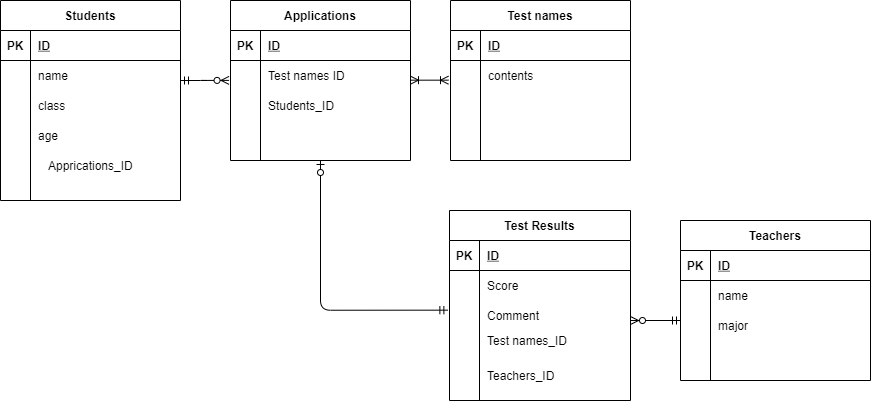
This is .drawio.png from mioirie/20220103omi, a draw.io export, as it was before one commit. Source tidied: cells renumbered, new cells last; positions are measured from the earlier drawing's top-left corner, leaving out a move shared by most shapes.
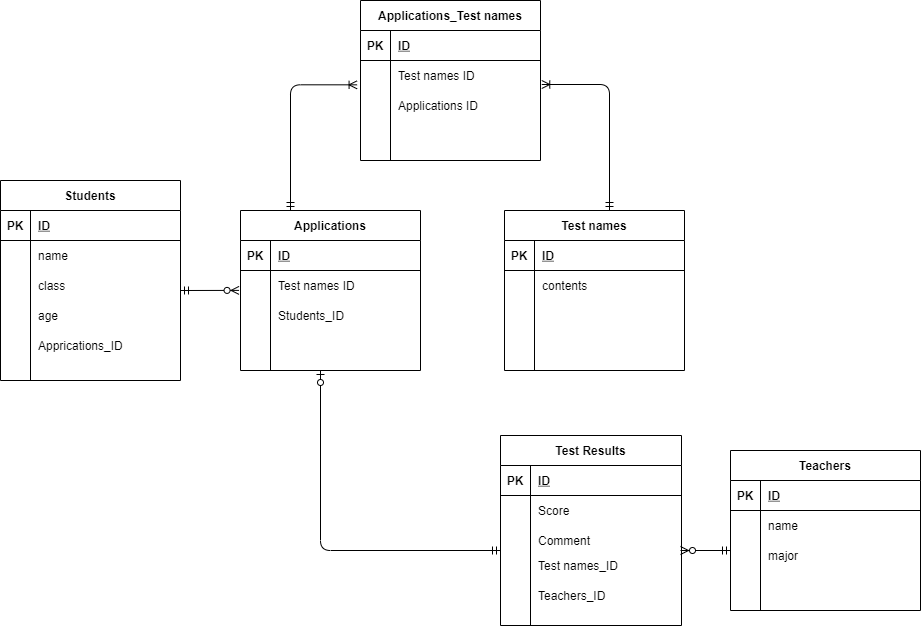
The same diagram one commit later.

Commit message:
Add junction table

Diff of the diagram source:
```diff
@@ -3,7 +3,7 @@
     <mxCell id="0" />
     <mxCell id="1" parent="0" />
     <mxCell id="2" value="Students" style="shape=table;startSize=30;rowLines=0;fontStyle=1;align=center;" parent="1" vertex="1">
-      <mxGeometry width="180" height="200" as="geometry" />
+      <mxGeometry x="40" y="230" width="180" height="200" as="geometry" />
     </mxCell>
     <mxCell id="3" style="shape=partialRectangle;fillColor=none;top=0;left=0;bottom=1;right=0;" parent="2" vertex="1">
       <mxGeometry y="30" width="180" height="30" as="geometry" />
@@ -42,7 +42,7 @@
       <mxGeometry x="30" width="150" height="30" as="geometry" />
     </mxCell>
     <mxCell id="15" value="Teachers" style="shape=table;startSize=30;rowLines=0;fontStyle=1;align=center;" parent="1" vertex="1">
-      <mxGeometry x="680" y="220" width="190" height="160" as="geometry" />
+      <mxGeometry x="770" y="500" width="190" height="160" as="geometry" />
     </mxCell>
     <mxCell id="16" style="shape=partialRectangle;fillColor=none;top=0;left=0;bottom=1;right=0;" parent="15" vertex="1">
       <mxGeometry y="30" width="190" height="30" as="geometry" />
@@ -81,7 +81,7 @@
       <mxGeometry x="30" width="160" height="30" as="geometry" />
     </mxCell>
     <mxCell id="28" value="Test names" style="shape=table;startSize=30;rowLines=0;fontStyle=1;align=center;" parent="1" vertex="1">
-      <mxGeometry x="450" width="180" height="160" as="geometry" />
+      <mxGeometry x="544" y="260" width="180" height="160" as="geometry" />
     </mxCell>
     <mxCell id="29" style="shape=partialRectangle;fillColor=none;top=0;left=0;bottom=1;right=0;" parent="28" vertex="1">
       <mxGeometry y="30" width="180" height="30" as="geometry" />
@@ -120,7 +120,7 @@
       <mxGeometry x="30" width="150" height="30" as="geometry" />
     </mxCell>
     <mxCell id="41" value="Test Results" style="shape=table;startSize=30;rowLines=0;fontStyle=1;align=center;" parent="1" vertex="1">
-      <mxGeometry x="449" y="210" width="181" height="190" as="geometry" />
+      <mxGeometry x="540" y="485" width="181" height="190" as="geometry" />
     </mxCell>
     <mxCell id="42" style="shape=partialRectangle;fillColor=none;top=0;left=0;bottom=1;right=0;" parent="41" vertex="1">
       <mxGeometry y="30" width="181" height="30" as="geometry" />
@@ -159,7 +159,7 @@
       <mxGeometry x="30" width="151" height="20" as="geometry" />
     </mxCell>
     <mxCell id="54" value="Applications" style="shape=table;startSize=30;rowLines=0;fontStyle=1;align=center;" parent="1" vertex="1">
-      <mxGeometry x="230" width="180" height="160" as="geometry" />
+      <mxGeometry x="280" y="260" width="180" height="160" as="geometry" />
     </mxCell>
     <mxCell id="55" style="shape=partialRectangle;fillColor=none;top=0;left=0;bottom=1;right=0;" parent="54" vertex="1">
       <mxGeometry y="30" width="180" height="30" as="geometry" />
@@ -197,36 +197,83 @@
     <mxCell id="66" style="shape=partialRectangle;fillColor=none;top=0;left=0;bottom=0;right=0;align=left;spacingLeft=6;overflow=hidden;" parent="64" vertex="1">
       <mxGeometry x="30" width="150" height="30" as="geometry" />
     </mxCell>
-    <mxCell id="67" style="html=1;" parent="1" edge="1" source="58">
-      <mxGeometry relative="1" as="geometry">
-        <mxPoint x="230" y="75" as="targetPoint" />
-      </mxGeometry>
-    </mxCell>
     <mxCell id="68" value="Apprications_ID" style="shape=partialRectangle;fillColor=none;top=0;left=0;bottom=0;right=0;align=left;spacingLeft=6;overflow=hidden;" parent="1" vertex="1">
-      <mxGeometry x="40" y="150" width="150" height="30" as="geometry" />
+      <mxGeometry x="70" y="380" width="150" height="30" as="geometry" />
     </mxCell>
     <mxCell id="69" value="Teachers_ID" style="shape=partialRectangle;fillColor=none;top=0;left=0;bottom=0;right=0;align=left;spacingLeft=6;overflow=hidden;" parent="1" vertex="1">
-      <mxGeometry x="479" y="360" width="151" height="30" as="geometry" />
+      <mxGeometry x="570" y="630" width="151" height="30" as="geometry" />
     </mxCell>
-    <mxCell id="70" style="edgeStyle=entityRelationEdgeStyle;fontSize=12;html=1;endArrow=ERzeroToMany;startArrow=ERmandOne;entryX=-0.008;entryY=0.663;entryDx=0;entryDy=0;entryPerimeter=0;" parent="1" edge="1" target="58">
+    <mxCell id="70" style="fontSize=12;html=1;endArrow=ERzeroToMany;startArrow=ERmandOne;entryX=-0.008;entryY=0.663;entryDx=0;entryDy=0;entryPerimeter=0;" parent="1" edge="1" target="58">
       <mxGeometry relative="1" as="geometry">
-        <mxPoint x="180" y="80" as="sourcePoint" />
+        <mxPoint x="220" y="340" as="sourcePoint" />
       </mxGeometry>
     </mxCell>
     <mxCell id="71" style="fontSize=12;html=1;endArrow=ERzeroToMany;startArrow=ERmandOne;" parent="1" edge="1">
       <mxGeometry relative="1" as="geometry">
-        <mxPoint x="680" y="320" as="sourcePoint" />
-        <mxPoint x="630" y="320" as="targetPoint" />
+        <mxPoint x="770" y="600" as="sourcePoint" />
+        <mxPoint x="720" y="600" as="targetPoint" />
       </mxGeometry>
     </mxCell>
-    <mxCell id="72" style="fontSize=12;html=1;endArrow=ERoneToMany;startArrow=ERoneToMany;" parent="1" edge="1">
-      <mxGeometry relative="1" as="geometry">
-        <mxPoint x="410" y="79.7" as="sourcePoint" />
-        <mxPoint x="448" y="79.7" as="targetPoint" />
-      </mxGeometry>
-    </mxCell>
-    <mxCell id="73" style="edgeStyle=orthogonalEdgeStyle;fontSize=12;html=1;endArrow=ERzeroToOne;startArrow=ERmandOne;entryX=0.5;entryY=1;entryDx=0;entryDy=0;exitX=-0.009;exitY=0.322;exitDx=0;exitDy=0;exitPerimeter=0;" parent="1" edge="1" source="48" target="54">
-      <mxGeometry relative="1" as="geometry" />
+    <mxCell id="73" style="edgeStyle=orthogonalEdgeStyle;fontSize=12;html=1;endArrow=ERzeroToOne;startArrow=ERmandOne;" parent="1" edge="1">
+      <mxGeometry relative="1" as="geometry">
+        <mxPoint x="540" y="600" as="sourcePoint" />
+        <mxPoint x="360" y="420" as="targetPoint" />
+        <Array as="points">
+          <mxPoint x="360" y="600" />
+        </Array>
+      </mxGeometry>
     </mxCell>
+    <mxCell id="74" value="Applications_Test names" style="shape=table;startSize=30;rowLines=0;fontStyle=1;align=center;" parent="1" vertex="1">
+      <mxGeometry x="400" y="50" width="180" height="160" as="geometry" />
+    </mxCell>
+    <mxCell id="75" style="shape=partialRectangle;fillColor=none;top=0;left=0;bottom=1;right=0;" parent="74" vertex="1">
+      <mxGeometry y="30" width="180" height="30" as="geometry" />
+    </mxCell>
+    <mxCell id="76" value="PK" style="shape=partialRectangle;fillColor=none;top=0;left=0;bottom=0;right=0;fontStyle=1;overflow=hidden;" parent="75" vertex="1">
+      <mxGeometry width="30" height="30" as="geometry" />
+    </mxCell>
+    <mxCell id="77" value="ID" style="shape=partialRectangle;fillColor=none;top=0;left=0;bottom=0;right=0;align=left;spacingLeft=6;fontStyle=5;overflow=hidden;" parent="75" vertex="1">
+      <mxGeometry x="30" width="150" height="30" as="geometry" />
+    </mxCell>
+    <mxCell id="78" style="shape=partialRectangle;fillColor=none;top=0;left=0;bottom=0;right=0;points=[[0,0.5],[1,0.5]];portConstraint=eastwest;" parent="74" vertex="1">
+      <mxGeometry y="60" width="180" height="30" as="geometry" />
+    </mxCell>
+    <mxCell id="79" style="shape=partialRectangle;fillColor=none;top=0;left=0;bottom=0;right=0;overflow=hidden;" parent="78" vertex="1">
+      <mxGeometry width="30" height="30" as="geometry" />
+    </mxCell>
+    <mxCell id="80" value="Test names ID" style="shape=partialRectangle;fillColor=none;top=0;left=0;bottom=0;right=0;align=left;spacingLeft=6;overflow=hidden;" parent="78" vertex="1">
+      <mxGeometry x="30" width="150" height="30" as="geometry" />
+    </mxCell>
+    <mxCell id="81" style="shape=partialRectangle;fillColor=none;top=0;left=0;bottom=0;right=0;" parent="74" vertex="1">
+      <mxGeometry y="90" width="180" height="30" as="geometry" />
+    </mxCell>
+    <mxCell id="82" style="shape=partialRectangle;fillColor=none;top=0;left=0;bottom=0;right=0;overflow=hidden;" parent="81" vertex="1">
+      <mxGeometry width="30" height="30" as="geometry" />
+    </mxCell>
+    <mxCell id="83" value="Applications ID" style="shape=partialRectangle;fillColor=none;top=0;left=0;bottom=0;right=0;align=left;spacingLeft=6;overflow=hidden;" parent="81" vertex="1">
+      <mxGeometry x="30" width="150" height="30" as="geometry" />
+    </mxCell>
+    <mxCell id="84" style="shape=partialRectangle;fillColor=none;top=0;left=0;bottom=0;right=0;" parent="74" vertex="1">
+      <mxGeometry y="120" width="180" height="30" as="geometry" />
+    </mxCell>
+    <mxCell id="85" style="shape=partialRectangle;fillColor=none;top=0;left=0;bottom=0;right=0;overflow=hidden;" parent="84" vertex="1">
+      <mxGeometry width="30" height="30" as="geometry" />
+    </mxCell>
+    <mxCell id="86" style="shape=partialRectangle;fillColor=none;top=0;left=0;bottom=0;right=0;align=left;spacingLeft=6;overflow=hidden;" parent="84" vertex="1">
+      <mxGeometry x="30" width="150" height="30" as="geometry" />
+    </mxCell>
+    <mxCell id="87" style="edgeStyle=orthogonalEdgeStyle;fontSize=12;html=1;endArrow=ERoneToMany;startArrow=ERmandOne;entryX=-0.019;entryY=0.811;entryDx=0;entryDy=0;entryPerimeter=0;" parent="1" edge="1" target="78">
+      <mxGeometry relative="1" as="geometry">
+        <mxPoint x="330" y="260" as="sourcePoint" />
+      </mxGeometry>
+    </mxCell>
+    <mxCell id="88" style="edgeStyle=orthogonalEdgeStyle;fontSize=12;html=1;endArrow=ERoneToMany;startArrow=ERmandOne;entryX=1.007;entryY=0.8;entryDx=0;entryDy=0;entryPerimeter=0;" parent="1" edge="1" target="78">
+      <mxGeometry relative="1" as="geometry">
+        <mxPoint x="649" y="260" as="sourcePoint" />
+        <Array as="points">
+          <mxPoint x="649" y="134" />
+        </Array>
+      </mxGeometry>
+    </mxCell>
   </root>
 </mxGraphModel>
```
